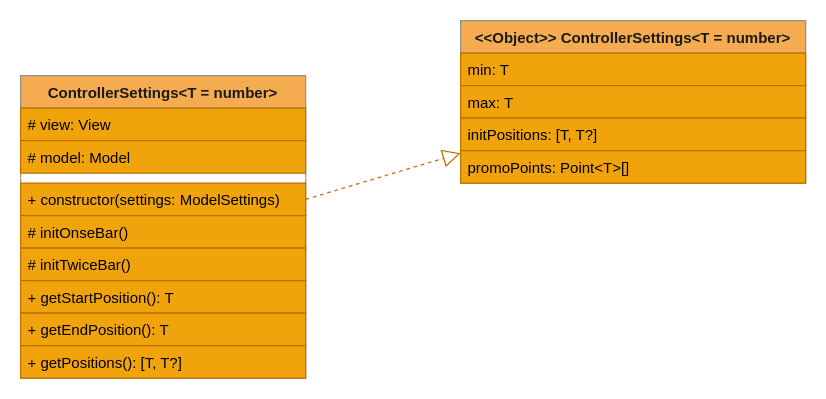
Before: page "Controller" (6 of 6) of src/components/simple/slider/slider.drawio in ArhDemetriy/Slider, a draw.io diagram. Source tidied: cells renumbered, new cells numbered last; positions are measured from the earlier drawing's top-left corner, leaving out a move shared by most shapes. Both pictures are drawn from the tidied source at 125%, with x=0, y=0 at pixel (20, 20).
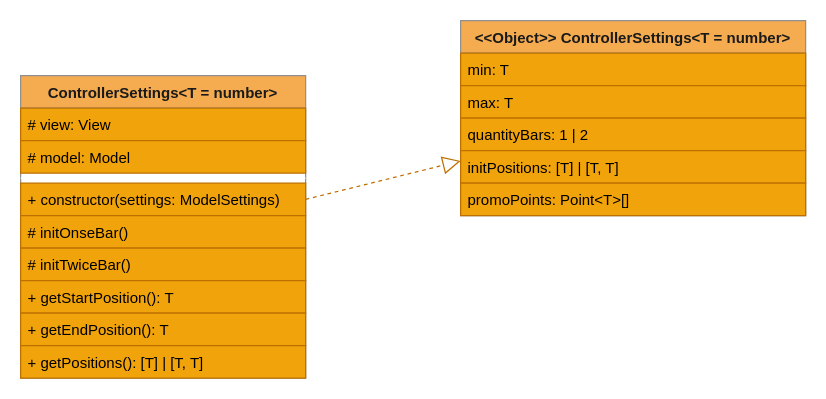
The same page after the edit.

The edit, as a diff of the source:
```diff
@@
 <mxGraphModel>
   <root>
     <mxCell id="0" />
     <mxCell id="1" parent="0" />
     <mxCell id="2" parent="0" />
     <mxCell id="3" value="ControllerSettings&lt;T = number&gt;" style="swimlane;fontStyle=1;align=center;verticalAlign=top;horizontal=1;startSize=26;rounded=0;sketch=0;strokeColor=#909090;fillColor=#F5AB50;fontColor=#1A1A1A;" parent="2" vertex="1">
       <mxGeometry y="44" width="228" height="242" as="geometry" />
     </mxCell>
     <mxCell id="4" value="# view: View" style="text;fillColor=#f0a30a;align=left;verticalAlign=top;spacingLeft=4;spacingRight=4;overflow=hidden;strokeColor=#BD7000;fontColor=#000000;" parent="3" vertex="1">
       <mxGeometry y="26" width="228" height="26" as="geometry" />
     </mxCell>
     <mxCell id="5" value="# model: Model" style="text;fillColor=#f0a30a;align=left;verticalAlign=top;spacingLeft=4;spacingRight=4;overflow=hidden;strokeColor=#BD7000;fontColor=#000000;" parent="3" vertex="1">
       <mxGeometry y="52" width="228" height="26" as="geometry" />
     </mxCell>
     <mxCell id="6" style="line;strokeWidth=1;align=left;verticalAlign=middle;spacingTop=-1;spacingLeft=3;spacingRight=3;labelPosition=right;fillColor=#F0A30A;strokeColor=#FFFFFF;" parent="3" vertex="1">
       <mxGeometry y="78" width="228" height="8" as="geometry" />
     </mxCell>
     <mxCell id="7" value="+ constructor(settings: ModelSettings)" style="text;align=left;verticalAlign=top;spacingLeft=4;spacingRight=4;overflow=hidden;points=[[0,0.5],[1,0.5]];portConstraint=eastwest;strokeColor=#BD7000;fontColor=#000000;fillColor=#F0A30A;" parent="3" vertex="1">
       <mxGeometry y="86" width="228" height="26" as="geometry" />
     </mxCell>
     <mxCell id="8" value="# initOnseBar()" style="text;align=left;verticalAlign=top;spacingLeft=4;spacingRight=4;overflow=hidden;strokeColor=#BD7000;fontColor=#000000;fillColor=#F0A30A;" parent="3" vertex="1">
       <mxGeometry y="112" width="228" height="26" as="geometry" />
     </mxCell>
     <mxCell id="9" value="# initTwiceBar()" style="text;align=left;verticalAlign=top;spacingLeft=4;spacingRight=4;overflow=hidden;strokeColor=#BD7000;fontColor=#000000;fillColor=#F0A30A;" parent="3" vertex="1">
       <mxGeometry y="138" width="228" height="26" as="geometry" />
     </mxCell>
     <mxCell id="10" value="+ getStartPosition(): T" style="text;align=left;verticalAlign=top;spacingLeft=4;spacingRight=4;overflow=hidden;strokeColor=#BD7000;fontColor=#000000;fillColor=#F0A30A;" parent="3" vertex="1">
       <mxGeometry y="164" width="228" height="26" as="geometry" />
     </mxCell>
     <mxCell id="11" value="+ getEndPosition(): T" style="text;align=left;verticalAlign=top;spacingLeft=4;spacingRight=4;overflow=hidden;strokeColor=#BD7000;fontColor=#000000;fillColor=#F0A30A;" parent="3" vertex="1">
       <mxGeometry y="190" width="228" height="26" as="geometry" />
     </mxCell>
-    <mxCell id="12" value="+ getPositions(): [T, T?]" style="text;align=left;verticalAlign=top;spacingLeft=4;spacingRight=4;overflow=hidden;strokeColor=#BD7000;fontColor=#000000;fillColor=#F0A30A;" parent="3" vertex="1">
+    <mxCell id="12" value="+ getPositions(): [T] | [T, T]" style="text;align=left;verticalAlign=top;spacingLeft=4;spacingRight=4;overflow=hidden;strokeColor=#BD7000;fontColor=#000000;fillColor=#F0A30A;" parent="3" vertex="1">
       <mxGeometry y="216" width="228" height="26" as="geometry" />
     </mxCell>
     <mxCell id="13" value="&lt;&lt;Object&gt;&gt; ControllerSettings&lt;T = number&gt;" style="swimlane;fontStyle=1;align=center;verticalAlign=top;horizontal=1;startSize=26;rounded=0;sketch=0;strokeColor=#909090;fillColor=#F5AB50;fontColor=#1A1A1A;" parent="2" vertex="1">
-      <mxGeometry x="352" width="276" height="130" as="geometry" />
+      <mxGeometry x="352" width="276" height="156" as="geometry" />
     </mxCell>
     <mxCell id="14" value="min: T" style="text;fillColor=#f0a30a;align=left;verticalAlign=top;spacingLeft=4;spacingRight=4;overflow=hidden;strokeColor=#BD7000;fontColor=#000000;" parent="13" vertex="1">
       <mxGeometry y="26" width="276" height="26" as="geometry" />
     </mxCell>
     <mxCell id="15" value="max: T" style="text;fillColor=#f0a30a;align=left;verticalAlign=top;spacingLeft=4;spacingRight=4;overflow=hidden;strokeColor=#BD7000;fontColor=#000000;" parent="13" vertex="1">
       <mxGeometry y="52" width="276" height="26" as="geometry" />
     </mxCell>
+    <mxCell id="19" value="quantityBars: 1 | 2" style="text;fillColor=#f0a30a;align=left;verticalAlign=top;spacingLeft=4;spacingRight=4;overflow=hidden;strokeColor=#BD7000;fontColor=#000000;" parent="13" vertex="1">
+      <mxGeometry y="78" width="276" height="26" as="geometry" />
+    </mxCell>
-    <mxCell id="16" value="initPositions: [T, T?]" style="text;fillColor=#f0a30a;align=left;verticalAlign=top;spacingLeft=4;spacingRight=4;overflow=hidden;strokeColor=#BD7000;fontColor=#000000;" parent="13" vertex="1">
-      <mxGeometry y="78" width="276" height="26" as="geometry" />
+    <mxCell id="16" value="initPositions: [T] | [T, T]" style="text;fillColor=#f0a30a;align=left;verticalAlign=top;spacingLeft=4;spacingRight=4;overflow=hidden;strokeColor=#BD7000;fontColor=#000000;" parent="13" vertex="1">
+      <mxGeometry y="104" width="276" height="26" as="geometry" />
     </mxCell>
     <mxCell id="17" value="promoPoints: Point&lt;T&gt;[]" style="text;fillColor=#f0a30a;align=left;verticalAlign=top;spacingLeft=4;spacingRight=4;overflow=hidden;strokeColor=#BD7000;fontColor=#000000;" parent="13" vertex="1">
-      <mxGeometry y="104" width="276" height="26" as="geometry" />
+      <mxGeometry y="130" width="276" height="26" as="geometry" />
     </mxCell>
     <mxCell id="18" style="endArrow=block;dashed=1;endFill=0;endSize=12;html=1;strokeColor=#BD7000;fontColor=#000000;fillColor=#f0a30a;exitX=1;exitY=0.5;exitDx=0;exitDy=0;" parent="2" edge="1" source="7" target="13">
       <mxGeometry relative="1" as="geometry" />
     </mxCell>
   </root>
 </mxGraphModel>
```
